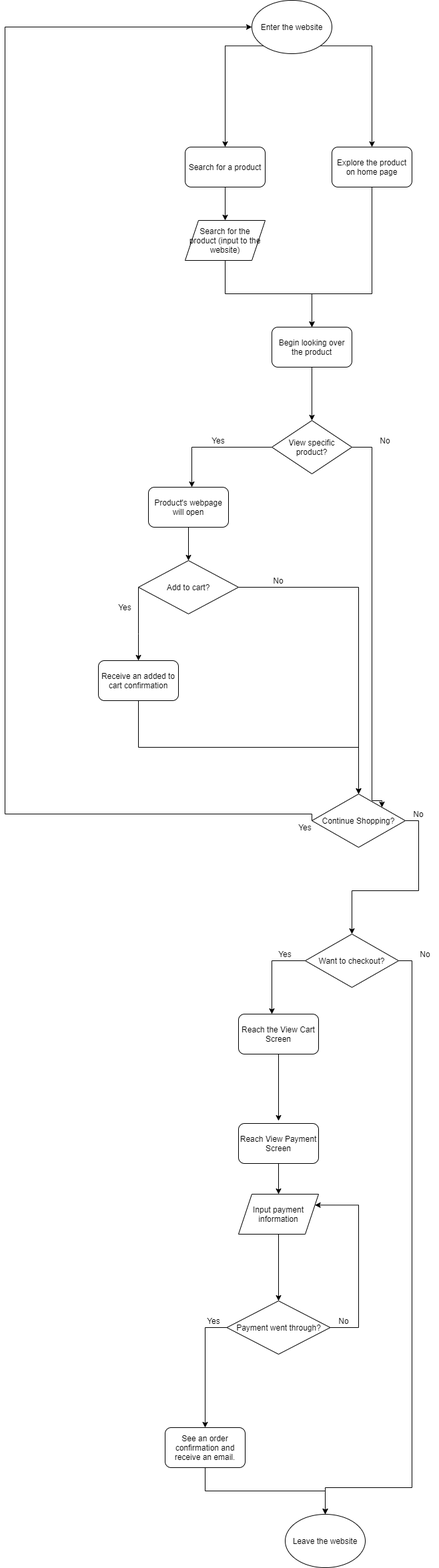
Before: explore/diagramming/diagram.drawio.png, a diagram exported from draw.io (KevinHojin/fa21-cse110-lab4). Source tidied: cells renumbered, new cells last; positions are measured from the earlier drawing's top-left corner, leaving out a move shared by most shapes.
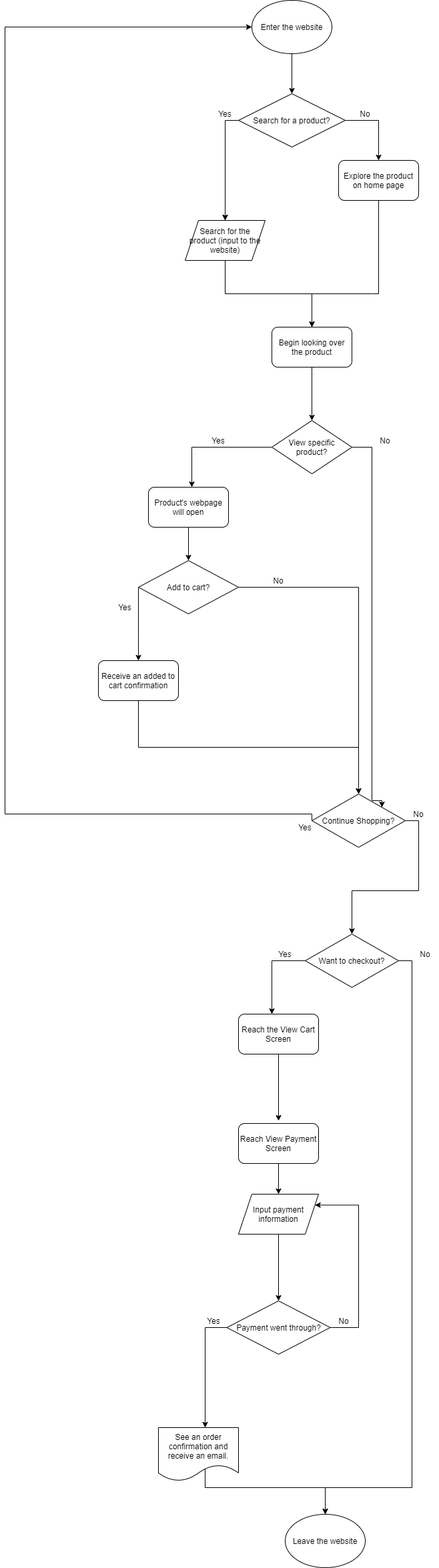
The same diagram one commit later.

Diff of the diagram source:
```diff
@@ -2,25 +2,17 @@
   <root>
     <mxCell id="0" />
     <mxCell id="1" parent="0" />
-    <mxCell id="2" style="edgeStyle=orthogonalEdgeStyle;rounded=0;jettySize=auto;html=1;exitX=0;exitY=1;exitDx=0;exitDy=0;" parent="1" edge="1" source="4">
-      <mxGeometry relative="1" as="geometry">
-        <mxPoint x="330" y="220" as="targetPoint" />
-      </mxGeometry>
-    </mxCell>
-    <mxCell id="3" style="edgeStyle=orthogonalEdgeStyle;rounded=0;jettySize=auto;html=1;exitX=1;exitY=1;exitDx=0;exitDy=0;" parent="1" edge="1" source="4">
-      <mxGeometry relative="1" as="geometry">
-        <mxPoint x="550" y="220" as="targetPoint" />
-      </mxGeometry>
-    </mxCell>
+    <mxCell id="52" style="edgeStyle=orthogonalEdgeStyle;rounded=0;jettySize=auto;html=1;exitX=0.5;exitY=1;exitDx=0;exitDy=0;entryX=0.5;entryY=0;entryDx=0;entryDy=0;fontFamily=Helvetica;" parent="1" edge="1" source="4" target="55">
+      <mxGeometry relative="1" as="geometry" />
+    </mxCell>
     <mxCell id="4" value="Enter the website" style="ellipse;whiteSpace=wrap;html=1;" parent="1" vertex="1">
       <mxGeometry x="370" width="120" height="80" as="geometry" />
     </mxCell>
-    <mxCell id="5" style="edgeStyle=orthogonalEdgeStyle;rounded=0;jettySize=auto;html=1;exitX=0.5;exitY=1;exitDx=0;exitDy=0;" parent="1" edge="1" source="6" target="10">
-      <mxGeometry relative="1" as="geometry" />
+    <mxCell id="5" style="edgeStyle=orthogonalEdgeStyle;rounded=0;jettySize=auto;html=1;exitX=0.5;exitY=1;exitDx=0;exitDy=0;" parent="1" edge="1" target="10">
+      <mxGeometry relative="1" as="geometry">
+        <mxPoint x="330" y="280" as="sourcePoint" />
+      </mxGeometry>
     </mxCell>
-    <mxCell id="6" value="Search for a product" style="rounded=1;whiteSpace=wrap;html=1;" parent="1" vertex="1">
-      <mxGeometry x="270" y="220" width="120" height="60" as="geometry" />
-    </mxCell>
     <mxCell id="7" style="edgeStyle=orthogonalEdgeStyle;rounded=0;jettySize=auto;html=1;exitX=0.5;exitY=1;exitDx=0;exitDy=0;" parent="1" edge="1" source="8">
       <mxGeometry relative="1" as="geometry">
         <mxPoint x="460" y="490" as="targetPoint" />
@@ -32,7 +24,7 @@
       </mxGeometry>
     </mxCell>
     <mxCell id="8" value="Explore the product on home page" style="rounded=1;whiteSpace=wrap;html=1;" parent="1" vertex="1">
-      <mxGeometry x="490" y="220" width="120" height="60" as="geometry" />
+      <mxGeometry x="500" y="240" width="120" height="60" as="geometry" />
     </mxCell>
     <mxCell id="9" style="edgeStyle=orthogonalEdgeStyle;rounded=0;jettySize=auto;html=1;exitX=0.5;exitY=1;exitDx=0;exitDy=0;" parent="1" edge="1" source="10">
       <mxGeometry relative="1" as="geometry">
@@ -198,14 +190,35 @@
     <mxCell id="48" value="Yes" style="text;html=1;strokeColor=none;fillColor=none;align=center;verticalAlign=middle;whiteSpace=wrap;rounded=0;fontFamily=Helvetica;" parent="1" vertex="1">
       <mxGeometry x="292.5" y="1970" width="40" height="20" as="geometry" />
     </mxCell>
-    <mxCell id="49" style="edgeStyle=orthogonalEdgeStyle;rounded=0;jettySize=auto;html=1;exitX=0.5;exitY=1;exitDx=0;exitDy=0;fontFamily=Helvetica;" parent="1" edge="1" source="50" target="51">
-      <mxGeometry relative="1" as="geometry" />
+    <mxCell id="49" style="edgeStyle=orthogonalEdgeStyle;rounded=0;jettySize=auto;html=1;exitX=0.5;exitY=1;exitDx=0;exitDy=0;fontFamily=Helvetica;" parent="1" edge="1" target="51">
+      <mxGeometry relative="1" as="geometry">
+        <mxPoint x="300" y="2200" as="sourcePoint" />
+        <Array as="points">
+          <mxPoint x="300" y="2230" />
+          <mxPoint x="480" y="2230" />
+        </Array>
+      </mxGeometry>
     </mxCell>
+    <mxCell id="51" value="Leave the website" style="ellipse;whiteSpace=wrap;html=1;fontFamily=Helvetica;" parent="1" vertex="1">
+      <mxGeometry x="420" y="2270" width="120" height="80" as="geometry" />
+    </mxCell>
-    <mxCell id="50" value="See an order confirmation and receive an email." style="rounded=1;whiteSpace=wrap;html=1;fontFamily=Helvetica;" parent="1" vertex="1">
-      <mxGeometry x="240" y="2140" width="120" height="60" as="geometry" />
+    <mxCell id="50" value="&lt;span&gt;See an order confirmation and receive an email.&lt;/span&gt;" style="shape=document;whiteSpace=wrap;html=1;boundedLbl=1;fontFamily=Helvetica;" parent="1" vertex="1">
+      <mxGeometry x="230" y="2140" width="120" height="80" as="geometry" />
     </mxCell>
-    <mxCell id="51" value="Leave the website" style="ellipse;whiteSpace=wrap;html=1;fontFamily=Helvetica;" parent="1" vertex="1">
-      <mxGeometry x="420" y="2270" width="120" height="80" as="geometry" />
-    </mxCell>
+    <mxCell id="53" style="edgeStyle=orthogonalEdgeStyle;rounded=0;jettySize=auto;html=1;exitX=0;exitY=0.5;exitDx=0;exitDy=0;entryX=0.5;entryY=0;entryDx=0;entryDy=0;fontFamily=Helvetica;" parent="1" edge="1" source="55" target="10">
+      <mxGeometry relative="1" as="geometry" />
+    </mxCell>
+    <mxCell id="54" style="edgeStyle=orthogonalEdgeStyle;rounded=0;jettySize=auto;html=1;exitX=1;exitY=0.5;exitDx=0;exitDy=0;entryX=0.5;entryY=0;entryDx=0;entryDy=0;fontFamily=Helvetica;" parent="1" edge="1" source="55" target="8">
+      <mxGeometry relative="1" as="geometry" />
+    </mxCell>
+    <mxCell id="55" value="Search for a product?" style="rhombus;whiteSpace=wrap;html=1;fontFamily=Helvetica;" parent="1" vertex="1">
+      <mxGeometry x="350" y="140" width="160" height="80" as="geometry" />
+    </mxCell>
+    <mxCell id="56" value="No" style="text;html=1;strokeColor=none;fillColor=none;align=center;verticalAlign=middle;whiteSpace=wrap;rounded=0;fontFamily=Helvetica;" parent="1" vertex="1">
+      <mxGeometry x="520" y="160" width="40" height="20" as="geometry" />
+    </mxCell>
+    <mxCell id="57" value="Yes" style="text;html=1;strokeColor=none;fillColor=none;align=center;verticalAlign=middle;whiteSpace=wrap;rounded=0;fontFamily=Helvetica;" parent="1" vertex="1">
+      <mxGeometry x="310" y="160" width="40" height="20" as="geometry" />
+    </mxCell>
   </root>
 </mxGraphModel>
```
